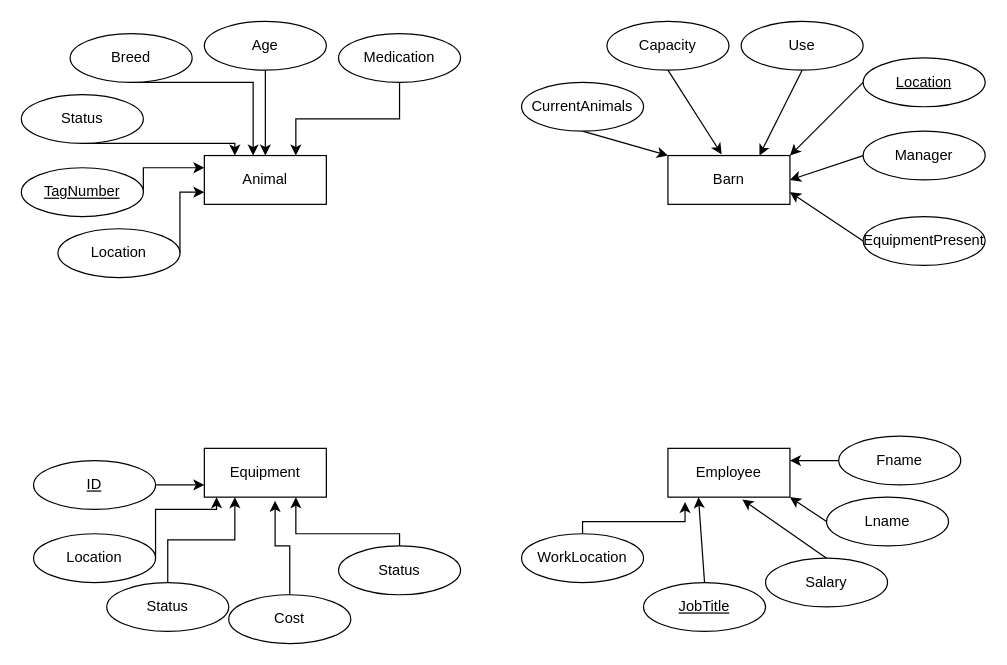
Earlier version of the draw.io diagram Mini Final Project.drawio (JarredFoley/Final-Project-CMS). Source tidied: cells renumbered, new cells numbered last; positions are measured from the earlier drawing's top-left corner, leaving out a move shared by most shapes. Both pictures are drawn from the tidied source at 122%, with x=0, y=0 at pixel (21, 21).
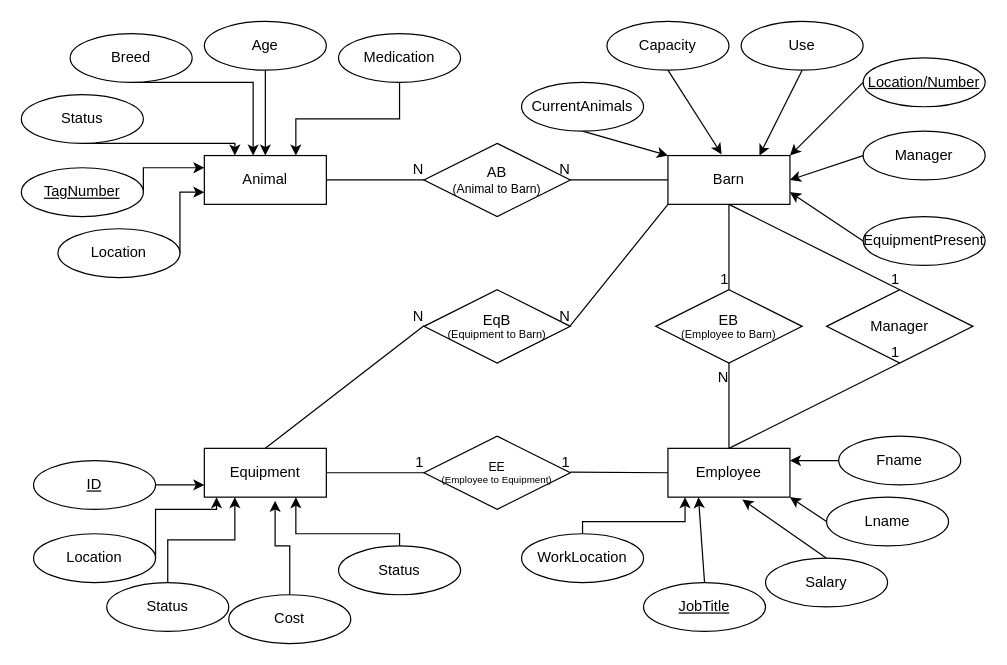
The same page after the edit.

The change refers to these unchanged cells:
```xml
<mxCell id="3" value="Barn" style="whiteSpace=wrap;html=1;align=center;" parent="1" vertex="1">
  <mxGeometry x="530" y="110" width="100" height="40" as="geometry" />
</mxCell>
<mxCell id="4" value="Employee" style="whiteSpace=wrap;html=1;align=center;" parent="1" vertex="1">
  <mxGeometry x="530" y="350" width="100" height="40" as="geometry" />
</mxCell>
<mxCell id="5" value="Equipment" style="whiteSpace=wrap;html=1;align=center;" parent="1" vertex="1">
  <mxGeometry x="150" y="350" width="100" height="40" as="geometry" />
</mxCell>
<mxCell id="38" value="WorkLocation" style="ellipse;whiteSpace=wrap;html=1;align=center;" parent="1" vertex="1">
  <mxGeometry x="410" y="420" width="100" height="40" as="geometry" />
</mxCell>
```

What changed in the source:
```diff
@@
-    <mxCell id="20" value="Location" style="ellipse;whiteSpace=wrap;html=1;align=center;fontStyle=4;" parent="1" vertex="1">
+    <mxCell id="20" value="Location/Number" style="ellipse;whiteSpace=wrap;html=1;align=center;fontStyle=4;" parent="1" vertex="1">
       <mxGeometry x="690" y="30" width="100" height="40" as="geometry" />
     </mxCell>
@@
-    <mxCell id="37" style="edgeStyle=orthogonalEdgeStyle;rounded=0;jettySize=auto;html=1;exitX=0.5;exitY=0;exitDx=0;exitDy=0;entryX=0.14;entryY=1.1;entryDx=0;entryDy=0;entryPerimeter=0;" parent="1" edge="1" source="38" target="4">
+    <mxCell id="37" style="edgeStyle=orthogonalEdgeStyle;rounded=0;jettySize=auto;html=1;exitX=0.5;exitY=0;exitDx=0;exitDy=0;" parent="1" edge="1" source="38">
       <mxGeometry relative="1" as="geometry">
+        <mxPoint x="544" y="390" as="targetPoint" />
         <Array as="points">
           <mxPoint x="460" y="410" />
           <mxPoint x="544" y="410" />
         </Array>
       </mxGeometry>
     </mxCell>
@@
+    <mxCell id="51" value="&lt;div&gt;AB&lt;/div&gt;&lt;div style=&quot;font-size: 10px&quot;&gt;(Animal to Barn)&lt;br&gt;&lt;/div&gt;" style="shape=rhombus;perimeter=rhombusPerimeter;whiteSpace=wrap;html=1;align=center;" parent="1" vertex="1">
+      <mxGeometry x="330" y="100" width="120" height="60" as="geometry" />
+    </mxCell>
+    <mxCell id="52" style="endArrow=none;html=1;rounded=0;fontSize=10;" parent="1" edge="1">
+      <mxGeometry relative="1" as="geometry">
+        <mxPoint x="250" y="130" as="sourcePoint" />
+        <mxPoint x="330" y="130" as="targetPoint" />
+      </mxGeometry>
+    </mxCell>
+    <mxCell id="53" value="&lt;font style=&quot;font-size: 12px&quot;&gt;N&lt;/font&gt;" style="html=1;align=right;verticalAlign=bottom;fontSize=10;" parent="52" vertex="1">
+      <mxGeometry x="1" relative="1" as="geometry" />
+    </mxCell>
+    <mxCell id="54" value="&lt;div&gt;EE&lt;/div&gt;&lt;div style=&quot;font-size: 8px&quot;&gt;(Employee to Equipment)&lt;br&gt;&lt;/div&gt;" style="shape=rhombus;perimeter=rhombusPerimeter;whiteSpace=wrap;html=1;align=center;fontSize=10;" parent="1" vertex="1">
+      <mxGeometry x="330" y="340" width="120" height="60" as="geometry" />
+    </mxCell>
+    <mxCell id="55" value="&lt;div style=&quot;font-size: 12px&quot;&gt;EB&lt;/div&gt;&lt;div style=&quot;font-size: 9px&quot;&gt;(Employee to Barn)&lt;br&gt;&lt;/div&gt;" style="shape=rhombus;perimeter=rhombusPerimeter;whiteSpace=wrap;html=1;align=center;fontSize=10;" parent="1" vertex="1">
+      <mxGeometry x="520" y="220" width="120" height="60" as="geometry" />
+    </mxCell>
+    <mxCell id="56" style="endArrow=none;html=1;rounded=0;fontSize=8;exitX=0;exitY=0.5;exitDx=0;exitDy=0;" parent="1" edge="1" source="3">
+      <mxGeometry relative="1" as="geometry">
+        <mxPoint x="450" y="130" as="targetPoint" />
+      </mxGeometry>
+    </mxCell>
+    <mxCell id="57" value="N" style="html=1;align=right;verticalAlign=bottom;fontSize=12;" parent="56" vertex="1">
+      <mxGeometry x="1" relative="1" as="geometry" />
+    </mxCell>
+    <mxCell id="58" value="&lt;div&gt;&lt;font style=&quot;font-size: 12px&quot;&gt;EqB&lt;/font&gt;&lt;/div&gt;&lt;div style=&quot;font-size: 9px&quot;&gt;(Equipment to Barn)&lt;br&gt;&lt;/div&gt;" style="shape=rhombus;perimeter=rhombusPerimeter;whiteSpace=wrap;html=1;align=center;fontSize=10;" parent="1" vertex="1">
+      <mxGeometry x="330" y="220" width="120" height="60" as="geometry" />
+    </mxCell>
+    <mxCell id="59" style="endArrow=none;html=1;rounded=0;fontSize=12;exitX=0.5;exitY=0;exitDx=0;exitDy=0;" parent="1" edge="1" source="5">
+      <mxGeometry relative="1" as="geometry">
+        <mxPoint x="330" y="249.5" as="targetPoint" />
+      </mxGeometry>
+    </mxCell>
+    <mxCell id="60" value="N" style="html=1;align=right;verticalAlign=bottom;fontSize=12;" parent="59" vertex="1">
+      <mxGeometry x="1" relative="1" as="geometry" />
+    </mxCell>
+    <mxCell id="61" style="endArrow=none;html=1;rounded=0;fontSize=12;exitX=0;exitY=1;exitDx=0;exitDy=0;" parent="1" edge="1" source="3">
+      <mxGeometry relative="1" as="geometry">
+        <mxPoint x="450" y="249.5" as="targetPoint" />
+      </mxGeometry>
+    </mxCell>
+    <mxCell id="62" value="N" style="html=1;align=right;verticalAlign=bottom;fontSize=12;" parent="61" vertex="1">
+      <mxGeometry x="1" relative="1" as="geometry" />
+    </mxCell>
+    <mxCell id="63" style="endArrow=none;html=1;rounded=0;fontSize=12;" parent="1" edge="1">
+      <mxGeometry relative="1" as="geometry">
+        <mxPoint x="530" y="370" as="sourcePoint" />
+        <mxPoint x="450" y="369.5" as="targetPoint" />
+      </mxGeometry>
+    </mxCell>
+    <mxCell id="64" value="1" style="html=1;align=right;verticalAlign=bottom;fontSize=12;" parent="63" vertex="1">
+      <mxGeometry x="1" relative="1" as="geometry" />
+    </mxCell>
+    <mxCell id="65" style="endArrow=none;html=1;rounded=0;fontSize=12;entryX=0;entryY=0.5;entryDx=0;entryDy=0;" parent="1" edge="1" target="54">
+      <mxGeometry relative="1" as="geometry">
+        <mxPoint x="250" y="370" as="sourcePoint" />
+      </mxGeometry>
+    </mxCell>
+    <mxCell id="66" value="1" style="html=1;align=right;verticalAlign=bottom;fontSize=12;" parent="65" vertex="1">
+      <mxGeometry x="1" relative="1" as="geometry" />
+    </mxCell>
+    <mxCell id="67" style="endArrow=none;html=1;rounded=0;fontSize=12;exitX=0.5;exitY=1;exitDx=0;exitDy=0;" parent="1" edge="1" source="3">
+      <mxGeometry relative="1" as="geometry">
+        <mxPoint x="580" y="220" as="targetPoint" />
+      </mxGeometry>
+    </mxCell>
+    <mxCell id="68" value="1" style="html=1;align=right;verticalAlign=bottom;fontSize=12;" parent="67" vertex="1">
+      <mxGeometry x="1" relative="1" as="geometry" />
+    </mxCell>
+    <mxCell id="69" style="endArrow=none;html=1;rounded=0;fontSize=12;entryX=0.5;entryY=1;entryDx=0;entryDy=0;" parent="1" edge="1" target="55">
+      <mxGeometry relative="1" as="geometry">
+        <mxPoint x="580" y="350" as="sourcePoint" />
+      </mxGeometry>
+    </mxCell>
+    <mxCell id="70" value="N" style="html=1;align=right;verticalAlign=bottom;fontSize=12;" parent="69" vertex="1">
+      <mxGeometry x="1" relative="1" as="geometry">
+        <mxPoint y="20" as="offset" />
+      </mxGeometry>
+    </mxCell>
+    <mxCell id="71" value="Manager" style="shape=rhombus;perimeter=rhombusPerimeter;whiteSpace=wrap;html=1;align=center;fontSize=12;" parent="1" vertex="1">
+      <mxGeometry x="660" y="220" width="120" height="60" as="geometry" />
+    </mxCell>
+    <mxCell id="72" style="endArrow=none;html=1;rounded=0;fontSize=12;entryX=0.5;entryY=1;entryDx=0;entryDy=0;" parent="1" edge="1" target="71">
+      <mxGeometry relative="1" as="geometry">
+        <mxPoint x="580" y="350" as="sourcePoint" />
+      </mxGeometry>
+    </mxCell>
+    <mxCell id="73" value="1" style="html=1;align=right;verticalAlign=bottom;fontSize=12;" parent="72" vertex="1">
+      <mxGeometry x="1" relative="1" as="geometry" />
+    </mxCell>
+    <mxCell id="74" style="endArrow=none;html=1;rounded=0;fontSize=12;entryX=0.5;entryY=0;entryDx=0;entryDy=0;" parent="1" edge="1" target="71">
+      <mxGeometry relative="1" as="geometry">
+        <mxPoint x="580" y="150" as="sourcePoint" />
+      </mxGeometry>
+    </mxCell>
+    <mxCell id="75" value="1" style="html=1;align=right;verticalAlign=bottom;fontSize=12;" parent="74" vertex="1">
+      <mxGeometry x="1" relative="1" as="geometry" />
+    </mxCell>
```
